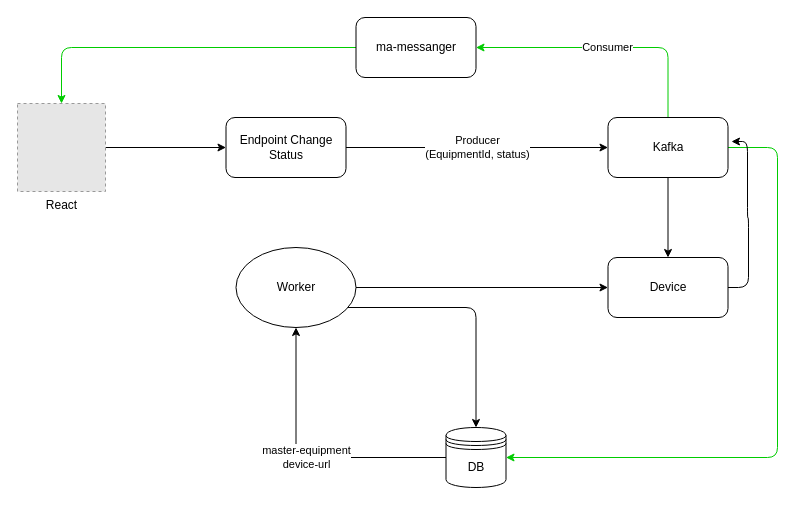
This is equipment.drawio from cahya93/diagram.io, a draw.io file, before an edit. Source tidied: cells renumbered, new cells numbered last; positions are measured from the earlier drawing's top-left corner, leaving out a move shared by most shapes. Both pictures are drawn from the tidied source at 100%, with x=0, y=0 at pixel (17, 17). Pictures stored in the file or linked from it are replaced by grey dashed boxes.
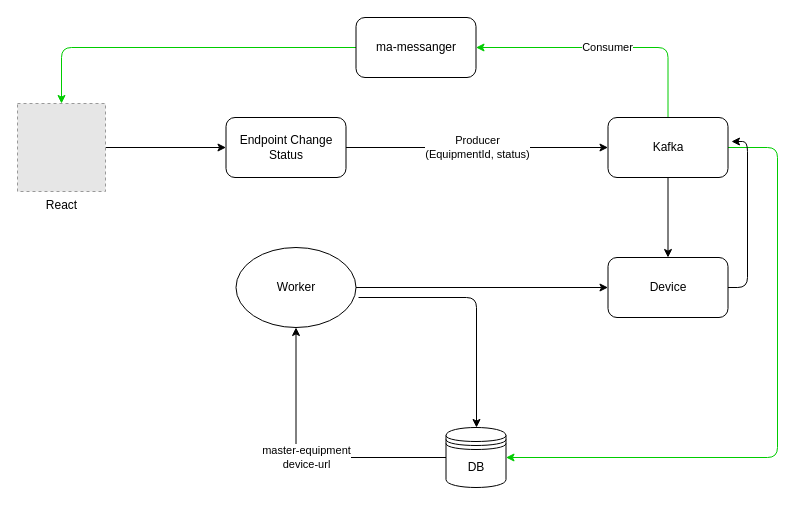
After the change.

Unchanged cells that the change refers to:
```xml
<mxCell id="7" value="Kafka" style="rounded=1;whiteSpace=wrap;html=1;" parent="1" vertex="1">
  <mxGeometry x="590.5" y="100" width="120" height="60" as="geometry" />
</mxCell>
<mxCell id="9" value="Device" style="rounded=1;whiteSpace=wrap;html=1;" parent="1" vertex="1">
  <mxGeometry x="590.5" y="240" width="120" height="60" as="geometry" />
</mxCell>
<mxCell id="12" value="Worker" style="ellipse;whiteSpace=wrap;html=1;rounded=1;" parent="1" vertex="1">
  <mxGeometry x="218.5" y="230" width="120" height="80" as="geometry" />
</mxCell>
<mxCell id="14" value="DB" style="shape=datastore;whiteSpace=wrap;html=1;rounded=1;" parent="1" vertex="1">
  <mxGeometry x="428.5" y="410" width="60" height="60" as="geometry" />
</mxCell>
```

What changed in the source:
```diff
@@
     <mxCell id="8" style="edgeStyle=orthogonalEdgeStyle;rounded=1;jettySize=auto;html=1;entryX=1.029;entryY=0.4;entryDx=0;entryDy=0;entryPerimeter=0;exitX=1;exitY=0.5;exitDx=0;exitDy=0;" parent="1" edge="1" source="9" target="7">
       <mxGeometry relative="1" as="geometry">
         <Array as="points">
-          <mxPoint x="731" y="270" />
-          <mxPoint x="731" y="200" />
-          <mxPoint x="730" y="200" />
+          <mxPoint x="730" y="270" />
           <mxPoint x="730" y="124" />
         </Array>
       </mxGeometry>
     </mxCell>
@@
-    <mxCell id="11" style="edgeStyle=orthogonalEdgeStyle;rounded=1;jettySize=auto;html=1;" parent="1" edge="1" source="12" target="14">
+    <mxCell id="11" style="edgeStyle=orthogonalEdgeStyle;rounded=1;jettySize=auto;html=1;exitX=1.021;exitY=0.625;exitDx=0;exitDy=0;exitPerimeter=0;" parent="1" edge="1" source="12" target="14">
       <mxGeometry relative="1" as="geometry">
         <Array as="points">
-          <mxPoint x="458.5" y="290" />
+          <mxPoint x="459" y="280" />
         </Array>
       </mxGeometry>
     </mxCell>
```
